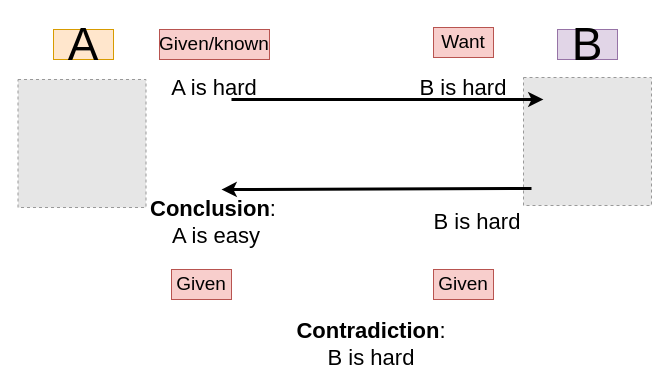
Earlier version of the draw.io diagram complexity-theory-hard.drawio (huyle84/diagrams). Source tidied: cells renumbered, new cells numbered last; positions are measured from the earlier drawing's top-left corner, leaving out a move shared by most shapes. Both pictures are drawn from the tidied source at 100%, with x=0, y=0 at pixel (17, 27). Pictures stored in the file or linked from it are replaced by grey dashed boxes.
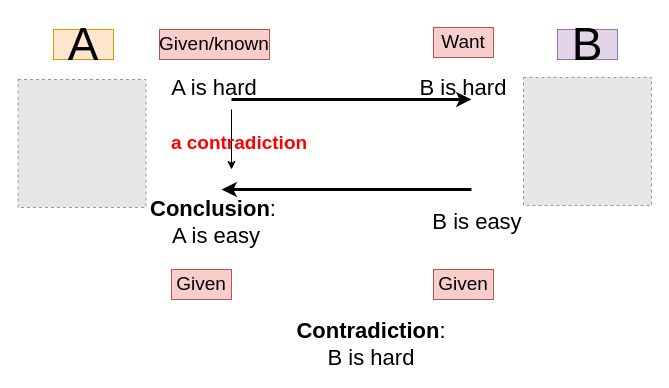
The same diagram, later.

The change refers to these unchanged cells:
```xml
<mxCell id="4" style="fillColor=#E6E6E6;strokeColor=#999999;dashed=1;html=1;verticalAlign=top;verticalLabelPosition=bottom;labelBackgroundColor=#ffffff;" parent="1" vertex="1">
  <mxGeometry x="506" y="50" width="128" height="128" as="geometry" />
</mxCell>
```

Change to the diagram source:
```diff
@@
-    <mxCell id="6" style="endArrow=classic;html=1;rounded=0;entryX=0.156;entryY=0.172;entryDx=0;entryDy=0;entryPerimeter=0;strokeWidth=3;" parent="1" edge="1" target="4">
+    <mxCell id="6" style="endArrow=classic;html=1;rounded=0;strokeWidth=3;" parent="1" edge="1">
       <mxGeometry relative="1" as="geometry">
         <mxPoint x="214" y="72" as="sourcePoint" />
+        <mxPoint x="454" y="72" as="targetPoint" />
       </mxGeometry>
     </mxCell>
     <mxCell id="7" style="endArrow=classic;html=1;rounded=0;strokeWidth=3;" parent="1" edge="1">
       <mxGeometry relative="1" as="geometry">
-        <mxPoint x="514" y="161" as="sourcePoint" />
+        <mxPoint x="454" y="162" as="sourcePoint" />
         <mxPoint x="204" y="162" as="targetPoint" />
       </mxGeometry>
     </mxCell>
@@
-    <mxCell id="10" value="&lt;font style=&quot;font-size: 22px;&quot;&gt;B is hard&lt;/font&gt;" style="text;html=1;strokeColor=none;fillColor=none;align=center;verticalAlign=middle;whiteSpace=wrap;rounded=0;" parent="1" vertex="1">
+    <mxCell id="10" value="&lt;font style=&quot;font-size: 22px;&quot;&gt;B is easy&lt;/font&gt;" style="text;html=1;strokeColor=none;fillColor=none;align=center;verticalAlign=middle;whiteSpace=wrap;rounded=0;" parent="1" vertex="1">
       <mxGeometry x="380" y="180" width="160" height="30" as="geometry" />
     </mxCell>
@@
+    <mxCell id="17" style="endArrow=classic;html=1;rounded=0;" parent="1" edge="1">
+      <mxGeometry relative="1" as="geometry">
+        <mxPoint x="214" y="82" as="sourcePoint" />
+        <mxPoint x="214" y="142" as="targetPoint" />
+      </mxGeometry>
+    </mxCell>
+    <mxCell id="18" value="&lt;font color=&quot;#ff0000&quot; size=&quot;1&quot;&gt;&lt;b style=&quot;font-size: 19px;&quot;&gt;a contradiction&lt;/b&gt;&lt;/font&gt;" style="text;html=1;strokeColor=none;fillColor=none;align=center;verticalAlign=middle;whiteSpace=wrap;rounded=0;" parent="1" vertex="1">
+      <mxGeometry x="142" y="101" width="160" height="30" as="geometry" />
+    </mxCell>
```
